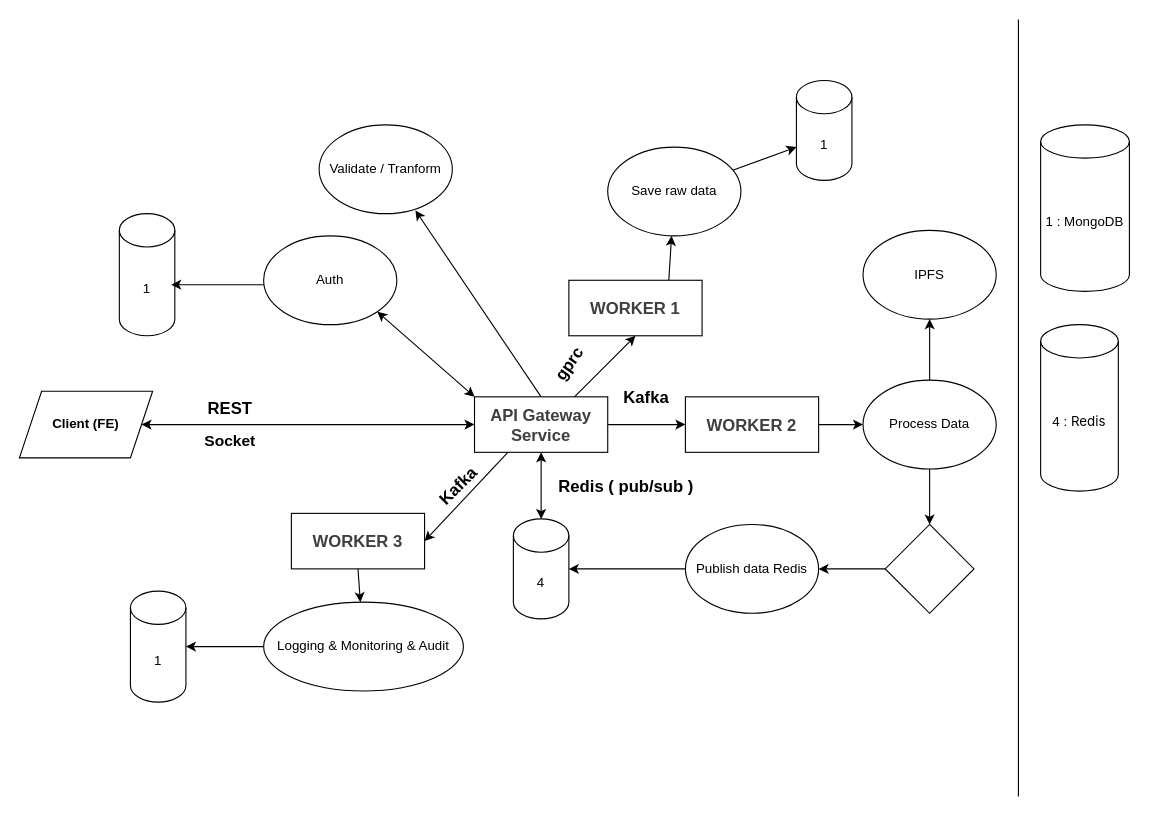
Before: design.dio in GraduationProject-6251071040/design, a draw.io diagram. Source tidied: cells renumbered, new cells numbered last; positions are measured from the earlier drawing's top-left corner, leaving out a move shared by most shapes. Both pictures are drawn from the tidied source at 111%, with x=0, y=0 at pixel (19, 19).
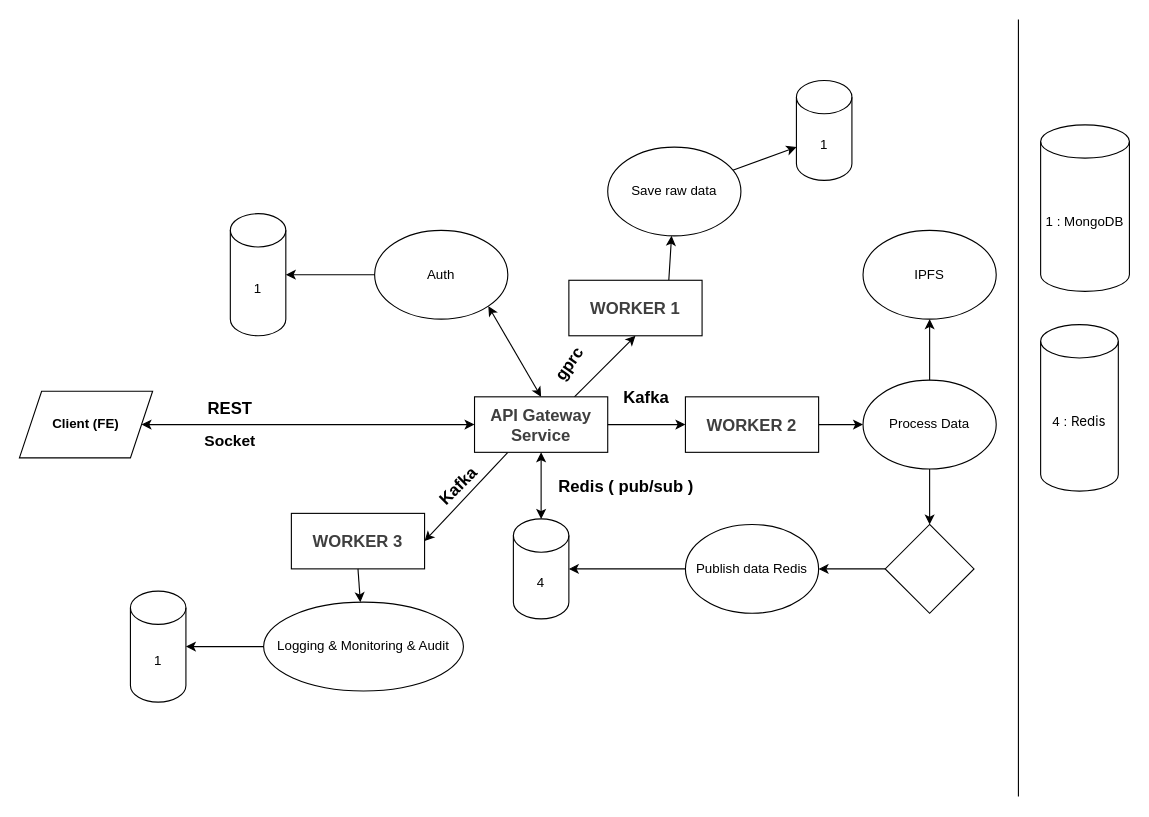
The same diagram, later.

The change refers to these unchanged cells:
```xml
<mxCell id="17" value="&lt;b style=&quot;color: rgb(63, 63, 63); font-size: 15px;&quot;&gt;API Gateway Service&lt;/b&gt;" style="rounded=0;whiteSpace=wrap;html=1;" parent="1" vertex="1">
  <mxGeometry x="410" y="340" width="120" height="50" as="geometry" />
</mxCell>
```

Change to the diagram source:
```diff
@@
     <mxCell id="4" value="Auth" style="ellipse;whiteSpace=wrap;html=1;" parent="1" vertex="1">
-      <mxGeometry x="220" y="195" width="120" height="80" as="geometry" />
+      <mxGeometry x="320" y="190" width="120" height="80" as="geometry" />
     </mxCell>
@@
-    <mxCell id="6" style="endArrow=classic;startArrow=classic;html=1;exitX=1;exitY=1;exitDx=0;exitDy=0;entryX=0;entryY=0;entryDx=0;entryDy=0;" parent="1" edge="1" source="4" target="17">
+    <mxCell id="6" style="endArrow=classic;startArrow=classic;html=1;exitX=1;exitY=1;exitDx=0;exitDy=0;entryX=0.5;entryY=0;entryDx=0;entryDy=0;" parent="1" edge="1" source="4" target="17">
       <mxGeometry relative="1" as="geometry" />
     </mxCell>
-    <mxCell id="7" value="Validate / Tranform" style="ellipse;whiteSpace=wrap;html=1;" parent="1" vertex="1">
-      <mxGeometry x="270" y="95" width="120" height="80" as="geometry" />
-    </mxCell>
-    <mxCell id="8" style="endArrow=classic;html=1;exitX=0.5;exitY=0;exitDx=0;exitDy=0;entryX=0.723;entryY=0.963;entryDx=0;entryDy=0;entryPerimeter=0;" parent="1" edge="1" source="17" target="7">
-      <mxGeometry relative="1" as="geometry" />
-    </mxCell>
@@
     <mxCell id="20" value="1" style="shape=cylinder3;whiteSpace=wrap;html=1;boundedLbl=1;backgroundOutline=1;size=15;" parent="1" vertex="1">
-      <mxGeometry x="90" y="175" width="50" height="110" as="geometry" />
+      <mxGeometry x="190" y="175" width="50" height="110" as="geometry" />
     </mxCell>
-    <mxCell id="21" style="endArrow=classic;html=1;entryX=0.935;entryY=0.582;entryDx=0;entryDy=0;entryPerimeter=0;" parent="1" edge="1" target="20">
-      <mxGeometry relative="1" as="geometry">
-        <mxPoint x="220" y="239" as="sourcePoint" />
-      </mxGeometry>
+    <mxCell id="21" style="endArrow=classic;html=1;entryX=1;entryY=0.5;entryDx=0;entryDy=0;entryPerimeter=0;exitX=0;exitY=0.5;exitDx=0;exitDy=0;" parent="1" edge="1" source="4" target="20">
+      <mxGeometry relative="1" as="geometry" />
     </mxCell>
```
